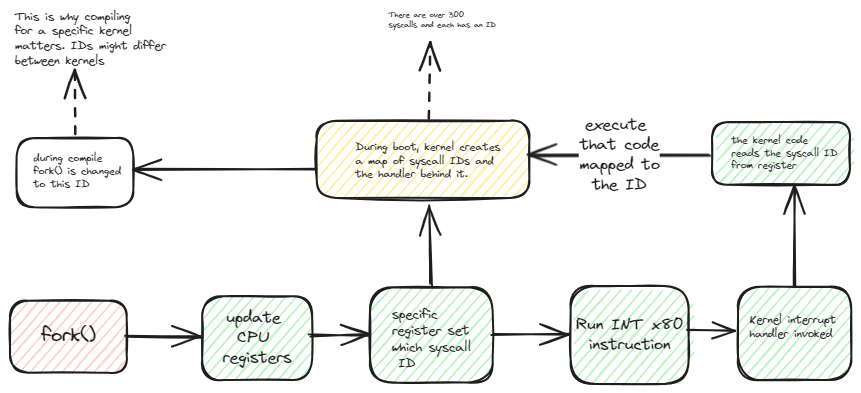
The Excalidraw diagram static/img/syscall-execution.excalidraw.png in swaroopar/inprogress-engineer, before a commit. Source tidied: one line per element, renumbered; positions are measured from the earlier drawing's top-left corner, leaving out a move shared by most shapes. The source it was exported from:
```json
{"id": 0, "type": "rectangle", "strokeColor": "#1e1e1e", "backgroundColor": "#ffc9c9", "fillStyle": "hachure", "strokeWidth": 2, "roughness": 1, "round": true, "x": 0, "y": 291, "width": 117, "height": 72}
{"id": 1, "type": "text", "text": "fork()", "strokeColor": "#1e1e1e", "strokeWidth": 2, "roughness": 1, "fontSize": 20, "fontFamily": 1, "textAlign": "center", "verticalAlign": "middle", "inside": 0, "x": 31, "y": 314, "width": 54, "height": 25}
{"id": 2, "type": "arrow", "strokeColor": "#1e1e1e", "strokeWidth": 2, "roughness": 1, "endArrowhead": "arrow", "round": true, "to": 3, "x": 117, "y": 327, "width": 74, "height": 0, "points": [[0, 0], [74, 0]]}
{"id": 3, "type": "rectangle", "strokeColor": "#1e1e1e", "backgroundColor": "#b2f2bb", "fillStyle": "hachure", "strokeWidth": 2, "roughness": 1, "round": true, "x": 192, "y": 286, "width": 110, "height": 84}
{"id": 4, "type": "text", "text": "update \nCPU \nregisters", "strokeColor": "#1e1e1e", "strokeWidth": 2, "roughness": 1, "fontSize": 16, "fontFamily": 1, "textAlign": "center", "verticalAlign": "middle", "inside": 3, "x": 213, "y": 298, "width": 69, "height": 60}
{"id": 5, "type": "rectangle", "strokeColor": "#1e1e1e", "backgroundColor": "#b2f2bb", "fillStyle": "hachure", "strokeWidth": 2, "roughness": 1, "round": true, "x": 360, "y": 277, "width": 123, "height": 95}
{"id": 6, "type": "text", "text": "specific \nregister set\nwhich syscall\n ID", "strokeColor": "#1e1e1e", "strokeWidth": 2, "roughness": 1, "fontSize": 13.07, "fontFamily": 1, "x": 382, "y": 297, "width": 79, "height": 65}
{"id": 7, "type": "rectangle", "strokeColor": "#1e1e1e", "backgroundColor": "#ffec99", "fillStyle": "hachure", "strokeWidth": 2, "roughness": 1, "round": true, "x": 307, "y": 111, "width": 213, "height": 77}
{"id": 8, "type": "text", "text": "During boot, kernel creates\na map of syscall IDs and \nthe handler behind it. ", "strokeColor": "#1e1e1e", "strokeWidth": 2, "roughness": 1, "fontSize": 10.79, "fontFamily": 1, "x": 345, "y": 131, "width": 145, "height": 40}
{"id": 9, "type": "arrow", "strokeColor": "#1e1e1e", "strokeWidth": 2, "roughness": 1, "endArrowhead": "arrow", "round": true, "from": 7, "x": 306, "y": 159, "width": 182, "height": 0, "points": [[0, 0], [-182, 0]]}
{"id": 10, "type": "rectangle", "strokeColor": "#1e1e1e", "strokeWidth": 2, "roughness": 1, "round": true, "x": 7, "y": 128, "width": 117, "height": 69}
{"id": 11, "type": "text", "text": "during compile\nfork() is changed\nto this ID", "strokeColor": "#1e1e1e", "strokeWidth": 2, "roughness": 1, "fontSize": 10.67, "fontFamily": 1, "x": 23, "y": 141, "width": 88, "height": 40}
{"id": 12, "type": "arrow", "strokeColor": "#1e1e1e", "strokeWidth": 2, "roughness": 1, "endArrowhead": "arrow", "round": true, "from": 5, "to": 7, "x": 421, "y": 275, "width": 3, "height": 79, "points": [[0, 0], [-3, -79]]}
{"id": 13, "type": "arrow", "strokeColor": "#1e1e1e", "strokeWidth": 2, "strokeStyle": "dashed", "roughness": 1, "endArrowhead": "arrow", "round": true, "from": 7, "to": 14, "x": 418, "y": 109, "width": 2, "height": 76, "points": [[0, 0], [2, -76]]}
{"id": 14, "type": "text", "text": "There are over 300\nsyscalls and each has an ID", "strokeColor": "#1e1e1e", "strokeWidth": 2, "strokeStyle": "dashed", "roughness": 1, "fontSize": 7.47, "fontFamily": 1, "x": 379, "y": 1, "width": 107, "height": 19}
{"id": 15, "type": "arrow", "strokeColor": "#1e1e1e", "strokeWidth": 2, "strokeStyle": "dashed", "roughness": 1, "endArrowhead": "arrow", "round": true, "from": 10, "to": 16, "x": 65, "y": 125, "width": 1, "height": 64, "points": [[0, 0], [-1, -64]]}
{"id": 16, "type": "text", "text": "This is why compiling\nfor a specific kernel \nmatters. IDs might differ\nbetween kernels", "strokeColor": "#1e1e1e", "strokeWidth": 2, "strokeStyle": "dashed", "roughness": 1, "fontSize": 11.87, "fontFamily": 1, "x": 5, "y": 0, "width": 151, "height": 59}
{"id": 17, "type": "arrow", "strokeColor": "#1e1e1e", "strokeWidth": 2, "roughness": 1, "endArrowhead": "arrow", "round": true, "to": 5, "x": 300, "y": 325, "width": 59, "height": 0, "points": [[0, 0], [59, 0]]}
{"id": 18, "type": "rectangle", "strokeColor": "#1e1e1e", "backgroundColor": "#b2f2bb", "fillStyle": "hachure", "strokeWidth": 2, "roughness": 1, "round": true, "x": 561, "y": 276, "width": 118, "height": 98}
{"id": 19, "type": "text", "text": "Run INT x80\ninstruction", "strokeColor": "#1e1e1e", "strokeWidth": 2, "roughness": 1, "fontSize": 16, "fontFamily": 1, "textAlign": "center", "verticalAlign": "middle", "inside": 18, "x": 566, "y": 305, "width": 108, "height": 40}
{"id": 20, "type": "arrow", "strokeColor": "#1e1e1e", "strokeWidth": 2, "roughness": 1, "endArrowhead": "arrow", "round": true, "to": 18, "x": 483, "y": 325, "width": 77, "height": 0, "points": [[0, 0], [77, 0]]}
{"id": 21, "type": "arrow", "strokeColor": "#1e1e1e", "strokeWidth": 2, "roughness": 1, "endArrowhead": "arrow", "round": true, "to": 23, "x": 677, "y": 320, "width": 47, "height": 1, "points": [[0, 0], [47, 1]]}
{"id": 22, "type": "rectangle", "strokeColor": "#1e1e1e", "backgroundColor": "#b2f2bb", "fillStyle": "hachure", "strokeWidth": 2, "roughness": 1, "round": true, "x": 728, "y": 277, "width": 113, "height": 93}
{"id": 23, "type": "text", "text": "Kernel interrupt \nhandler invoked", "strokeColor": "#1e1e1e", "strokeWidth": 2, "roughness": 1, "fontSize": 11.34, "fontFamily": 1, "x": 739, "y": 303, "width": 92, "height": 28}
{"id": 24, "type": "rectangle", "strokeColor": "#1e1e1e", "backgroundColor": "#b2f2bb", "fillStyle": "hachure", "strokeWidth": 2, "roughness": 1, "round": true, "x": 702, "y": 112, "width": 138, "height": 63}
{"id": 25, "type": "text", "text": "the kernel code\nreads the syscall ID\nfrom register", "strokeColor": "#1e1e1e", "strokeWidth": 2, "roughness": 1, "fontSize": 10.19, "fontFamily": 1, "x": 721, "y": 124, "width": 106, "height": 38}
{"id": 26, "type": "arrow", "strokeColor": "#1e1e1e", "strokeWidth": 2, "roughness": 1, "endArrowhead": "arrow", "round": true, "from": 24, "x": 700, "y": 145, "width": 181, "height": 0, "points": [[0, 0], [-181, 0]]}
{"id": 27, "type": "text", "text": "execute \nthat code\nmapped to\nthe ID", "strokeColor": "#1e1e1e", "strokeWidth": 2, "roughness": 1, "fontSize": 16, "fontFamily": 1, "textAlign": "center", "verticalAlign": "middle", "inside": 26, "x": 569, "y": 105, "width": 80, "height": 80}
{"id": 28, "type": "arrow", "strokeColor": "#1e1e1e", "backgroundColor": "#b2f2bb", "fillStyle": "hachure", "strokeWidth": 2, "roughness": 1, "endArrowhead": "arrow", "round": true, "to": 24, "x": 785, "y": 277, "width": 0, "height": 101, "points": [[0, 0], [0, -101]]}
```
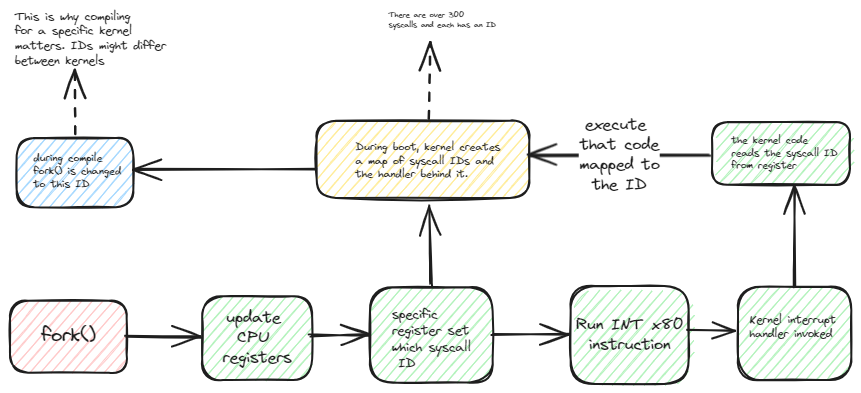
After the change.

Commit message:
add system call compile and execution process

What changed in the source:
```diff
@@ -8,7 +8,7 @@
 {"id": 7, "type": "rectangle", "strokeColor": "#1e1e1e", "backgroundColor": "#ffec99", "fillStyle": "hachure", "strokeWidth": 2, "roughness": 1, "round": true, "x": 307, "y": 111, "width": 213, "height": 77}
 {"id": 8, "type": "text", "text": "During boot, kernel creates\na map of syscall IDs and \nthe handler behind it. ", "strokeColor": "#1e1e1e", "strokeWidth": 2, "roughness": 1, "fontSize": 10.79, "fontFamily": 1, "x": 345, "y": 131, "width": 145, "height": 40}
 {"id": 9, "type": "arrow", "strokeColor": "#1e1e1e", "strokeWidth": 2, "roughness": 1, "endArrowhead": "arrow", "round": true, "from": 7, "x": 306, "y": 159, "width": 182, "height": 0, "points": [[0, 0], [-182, 0]]}
-{"id": 10, "type": "rectangle", "strokeColor": "#1e1e1e", "strokeWidth": 2, "roughness": 1, "round": true, "x": 7, "y": 128, "width": 117, "height": 69}
+{"id": 10, "type": "rectangle", "strokeColor": "#1e1e1e", "backgroundColor": "#a5d8ff", "fillStyle": "hachure", "strokeWidth": 2, "roughness": 1, "round": true, "x": 7, "y": 128, "width": 117, "height": 69}
 {"id": 11, "type": "text", "text": "during compile\nfork() is changed\nto this ID", "strokeColor": "#1e1e1e", "strokeWidth": 2, "roughness": 1, "fontSize": 10.67, "fontFamily": 1, "x": 23, "y": 141, "width": 88, "height": 40}
 {"id": 12, "type": "arrow", "strokeColor": "#1e1e1e", "strokeWidth": 2, "roughness": 1, "endArrowhead": "arrow", "round": true, "from": 5, "to": 7, "x": 421, "y": 275, "width": 3, "height": 79, "points": [[0, 0], [-3, -79]]}
 {"id": 13, "type": "arrow", "strokeColor": "#1e1e1e", "strokeWidth": 2, "strokeStyle": "dashed", "roughness": 1, "endArrowhead": "arrow", "round": true, "from": 7, "to": 14, "x": 418, "y": 109, "width": 2, "height": 76, "points": [[0, 0], [2, -76]]}
```
